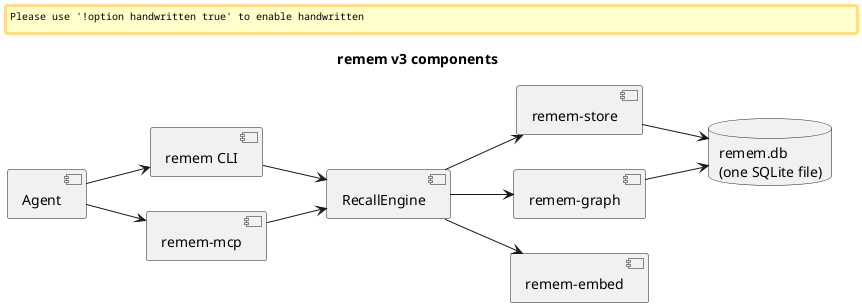
Above: docs/diagrams/component.png in Gintoki571/ReMem (PlantUML), before the change. The source it was exported from:
```plantuml
@startuml
skinparam handwritten false
title remem v3 components
left to right direction
[Agent] as agent
[remem CLI] as cli
[remem-mcp] as mcp
[RecallEngine] as engine
[remem-store] as store
[remem-graph] as graph
[remem-embed] as embed
database "remem.db\n(one SQLite file)" as db
agent --> cli
agent --> mcp
cli --> engine
mcp --> engine
engine --> store
engine --> graph
engine --> embed
store --> db
graph --> db
@enduml
```
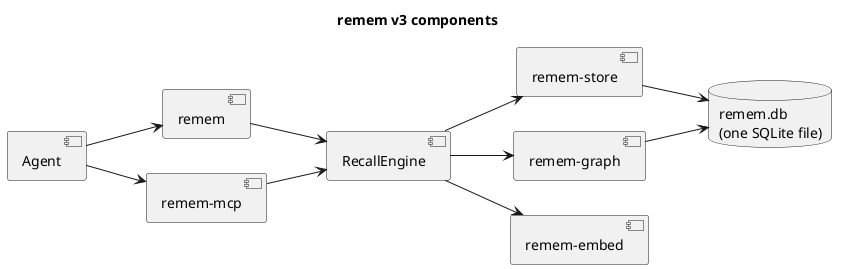
After the commit.

The edit, as a diff of the source:
```diff
@@ -1,9 +1,8 @@
 @startuml
-skinparam handwritten false
 title remem v3 components
 left to right direction
 [Agent] as agent
-[remem CLI] as cli
+[remem] as cli
 [remem-mcp] as mcp
 [RecallEngine] as engine
 [remem-store] as store
```
